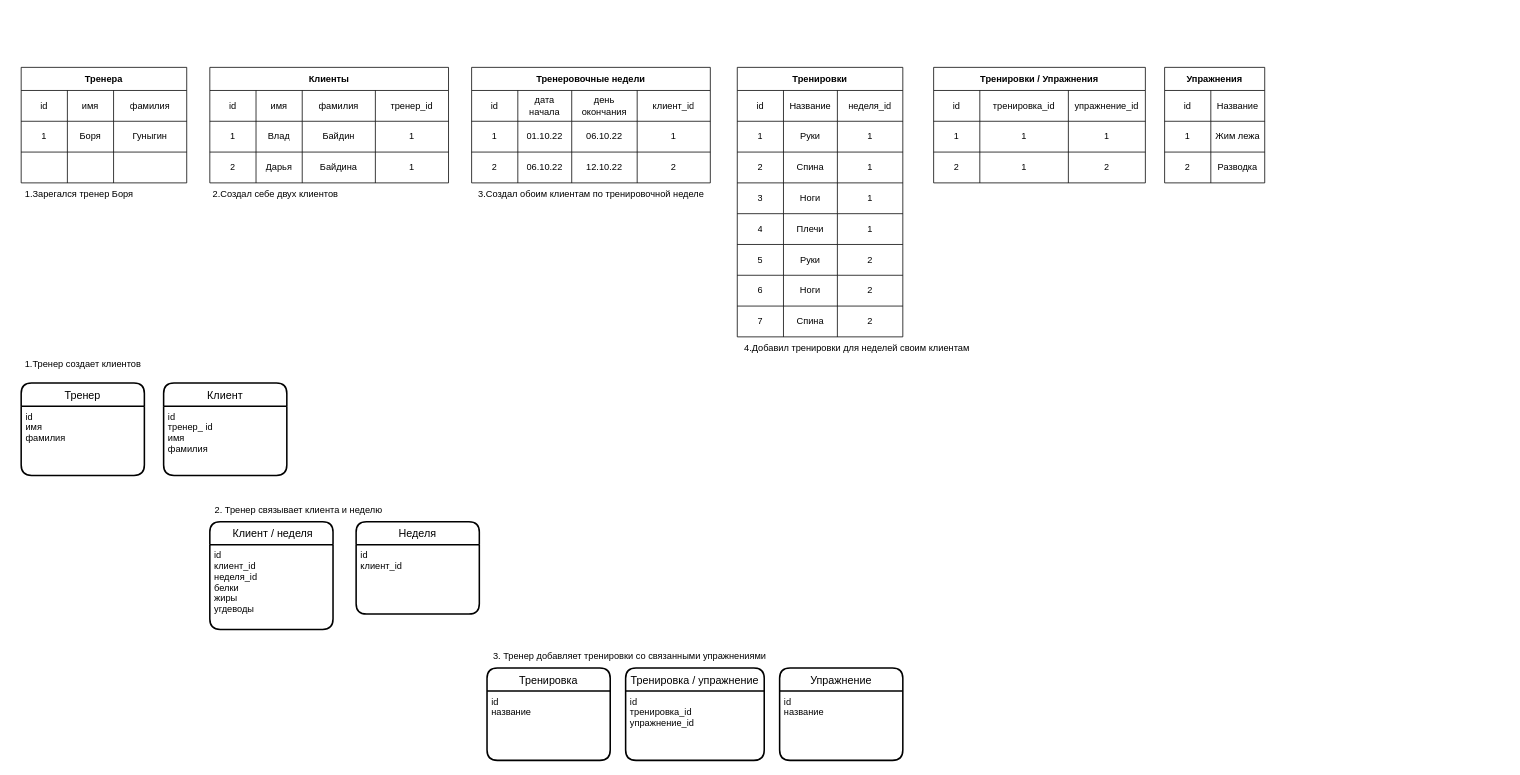
Before: Диаграмма без названия.drawio in baidinvladislav/cracking-interview, a draw.io diagram. Source tidied: cells renumbered, new cells numbered last; positions are measured from the earlier drawing's top-left corner, leaving out a move shared by most shapes. Both pictures are drawn from the tidied source at 77%, with x=0, y=0 at pixel (13, 67).
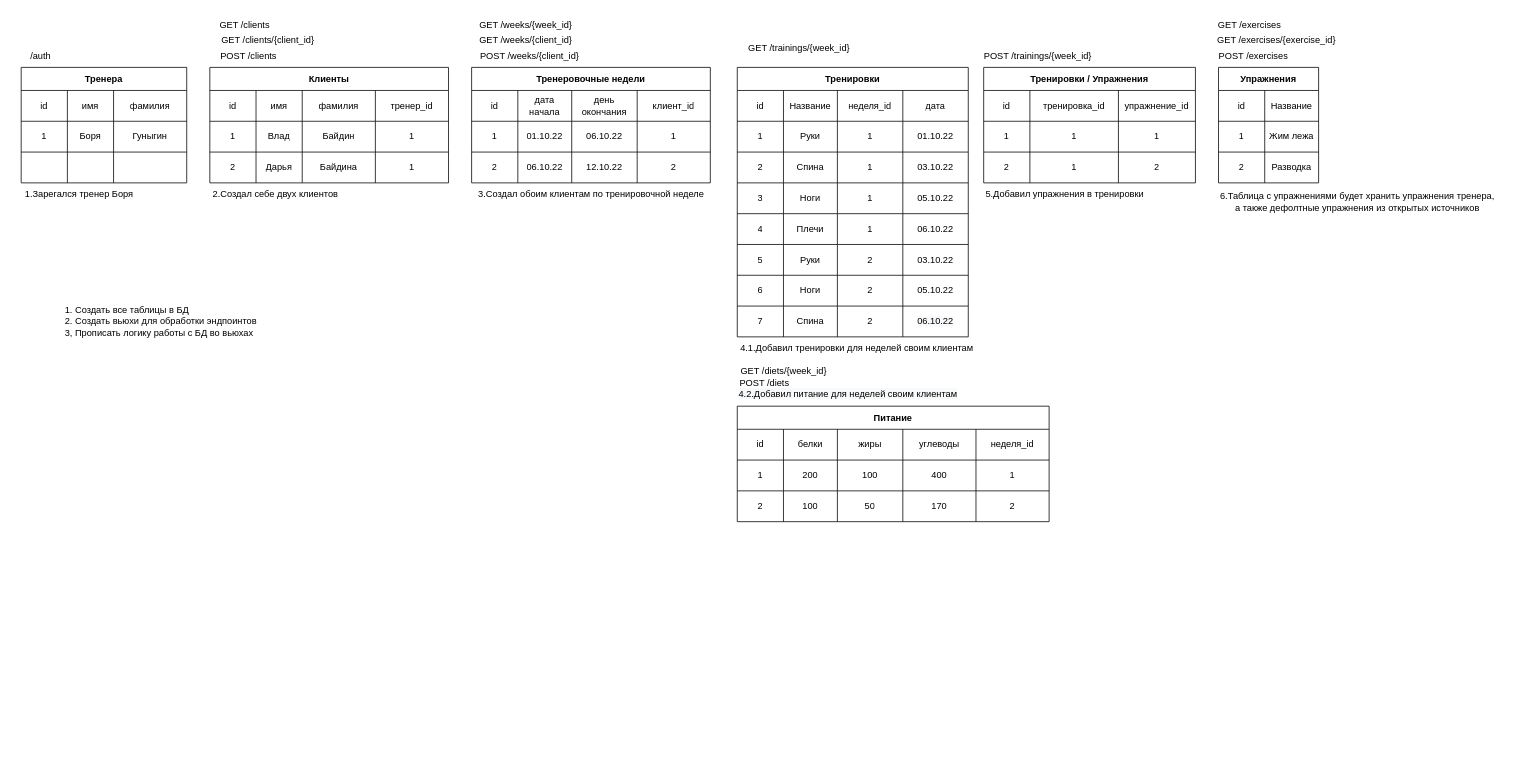
After the change.

The edit, as a diff of the source:
```diff
@@
-    <mxCell id="2" value="Тренер" style="swimlane;horizontal=1;startSize=30;rounded=1;fontSize=14;fontStyle=0;strokeWidth=2;shadow=0;dashed=0;align=center;" parent="1" vertex="1">
-      <mxGeometry x="10" y="410" width="160" height="120" as="geometry" />
-    </mxCell>
-    <mxCell id="3" value="id&#10;имя&#10;фамилия" style="align=left;strokeColor=none;fillColor=none;spacingLeft=4;fontSize=12;verticalAlign=top;" parent="2" vertex="1">
-      <mxGeometry y="30" width="160" height="90" as="geometry" />
-    </mxCell>
-    <mxCell id="4" value="Клиент" style="swimlane;horizontal=1;startSize=30;rounded=1;fontSize=14;fontStyle=0;strokeWidth=2;shadow=0;dashed=0;align=center;" parent="1" vertex="1">
-      <mxGeometry x="195" y="410" width="160" height="120" as="geometry" />
-    </mxCell>
-    <mxCell id="5" value="id&#10;тренер_ id&#10;имя&#10;фамилия&#10;" style="align=left;strokeColor=none;fillColor=none;spacingLeft=4;fontSize=12;verticalAlign=top;" parent="4" vertex="1">
-      <mxGeometry y="30" width="160" height="90" as="geometry" />
-    </mxCell>
-    <mxCell id="6" value="Неделя" style="swimlane;horizontal=1;startSize=30;rounded=1;fontSize=14;fontStyle=0;strokeWidth=2;shadow=0;dashed=0;align=center;" parent="1" vertex="1">
-      <mxGeometry x="445" y="590" width="160" height="120" as="geometry" />
-    </mxCell>
-    <mxCell id="7" value="id&#10;клиент_id&#10;&#10;" style="align=left;strokeColor=none;fillColor=none;spacingLeft=4;fontSize=12;verticalAlign=top;" parent="6" vertex="1">
-      <mxGeometry y="30" width="160" height="90" as="geometry" />
-    </mxCell>
-    <mxCell id="8" value=" Клиент / неделя" style="swimlane;horizontal=1;startSize=30;rounded=1;fontSize=14;fontStyle=0;strokeWidth=2;shadow=0;dashed=0;align=center;" parent="1" vertex="1">
-      <mxGeometry x="255" y="590" width="160" height="140" as="geometry" />
-    </mxCell>
-    <mxCell id="9" value="id&#10;клиент_id&#10;неделя_id&#10;белки&#10;жиры&#10;угдеводы" style="align=left;strokeColor=none;fillColor=none;spacingLeft=4;fontSize=12;verticalAlign=top;" parent="8" vertex="1">
-      <mxGeometry y="30" width="160" height="110" as="geometry" />
-    </mxCell>
-    <mxCell id="10" value="Тренировка" style="swimlane;horizontal=1;startSize=30;rounded=1;fontSize=14;fontStyle=0;strokeWidth=2;shadow=0;dashed=0;align=center;" parent="1" vertex="1">
-      <mxGeometry x="615" y="780" width="160" height="120" as="geometry" />
-    </mxCell>
-    <mxCell id="11" value="id&#10;название&#10;" style="align=left;strokeColor=none;fillColor=none;spacingLeft=4;fontSize=12;verticalAlign=top;" parent="10" vertex="1">
-      <mxGeometry y="30" width="160" height="90" as="geometry" />
-    </mxCell>
-    <mxCell id="12" value="1.Тренер создает клиентов" style="text;html=1;align=center;verticalAlign=middle;fillColor=none;strokeColor=none;rounded=0;" parent="1" vertex="1">
-      <mxGeometry y="370" width="180" height="30" as="geometry" />
-    </mxCell>
-    <mxCell id="13" value="2. Тренер связывает клиента и неделю" style="text;html=1;align=center;verticalAlign=middle;strokeColor=none;fillColor=none;" parent="1" vertex="1">
-      <mxGeometry x="245" y="560" width="250" height="30" as="geometry" />
-    </mxCell>
-    <mxCell id="14" value="3. Тренер добавляет тренировки со связанными упражнениями" style="text;html=1;align=center;verticalAlign=middle;strokeColor=none;fillColor=none;" parent="1" vertex="1">
-      <mxGeometry x="605" y="750" width="390" height="30" as="geometry" />
-    </mxCell>
-    <mxCell id="15" value="Тренировка / упражнение" style="swimlane;horizontal=1;startSize=30;rounded=1;fontSize=14;fontStyle=0;strokeWidth=2;shadow=0;dashed=0;align=center;" parent="1" vertex="1">
-      <mxGeometry x="795" y="780" width="180" height="120" as="geometry" />
-    </mxCell>
-    <mxCell id="16" value="id&#10;тренировка_id&#10;упражнение_id" style="align=left;strokeColor=none;fillColor=none;spacingLeft=4;fontSize=12;verticalAlign=top;" parent="15" vertex="1">
-      <mxGeometry y="30" width="180" height="90" as="geometry" />
-    </mxCell>
-    <mxCell id="17" value="Упражнение" style="swimlane;horizontal=1;startSize=30;rounded=1;fontSize=14;fontStyle=0;strokeWidth=2;shadow=0;dashed=0;align=center;" parent="1" vertex="1">
-      <mxGeometry x="995" y="780" width="160" height="120" as="geometry" />
-    </mxCell>
-    <mxCell id="18" value="id&#10;название&#10;" style="align=left;strokeColor=none;fillColor=none;spacingLeft=4;fontSize=12;verticalAlign=top;" parent="17" vertex="1">
-      <mxGeometry y="30" width="160" height="90" as="geometry" />
-    </mxCell>
@@
     <mxCell id="64" value="Тренировки" style="shape=table;startSize=30;childLayout=tableLayout;fontStyle=1;align=center;" parent="1" vertex="1">
-      <mxGeometry x="940" width="215" height="350" as="geometry" />
+      <mxGeometry x="940" width="300" height="350" as="geometry" />
     </mxCell>
     <mxCell id="65" style="shape=tableRow;horizontal=0;startSize=0;swimlaneHead=0;swimlaneBody=0;top=0;left=0;bottom=0;right=0;fillColor=none;" parent="64" vertex="1">
-      <mxGeometry y="30" width="215" height="40" as="geometry" />
+      <mxGeometry y="30" width="300" height="40" as="geometry" />
     </mxCell>
@@
+    <mxCell id="124" value="дата" style="shape=partialRectangle;html=1;whiteSpace=wrap;fillColor=none;top=0;left=0;bottom=0;right=0;overflow=hidden;" parent="65" vertex="1">
+      <mxGeometry x="215" width="85" height="40" as="geometry" />
+    </mxCell>
     <mxCell id="69" style="shape=tableRow;horizontal=0;startSize=0;swimlaneHead=0;swimlaneBody=0;top=0;left=0;bottom=0;right=0;fillColor=none;" parent="64" vertex="1">
-      <mxGeometry y="70" width="215" height="40" as="geometry" />
+      <mxGeometry y="70" width="300" height="40" as="geometry" />
     </mxCell>
@@
+    <mxCell id="125" value="01.10.22" style="shape=partialRectangle;html=1;whiteSpace=wrap;fillColor=none;top=0;left=0;bottom=0;right=0;overflow=hidden;" parent="69" vertex="1">
+      <mxGeometry x="215" width="85" height="40" as="geometry" />
+    </mxCell>
     <mxCell id="73" style="shape=tableRow;horizontal=0;startSize=0;swimlaneHead=0;swimlaneBody=0;top=0;left=0;bottom=0;right=0;fillColor=none;" parent="64" vertex="1">
-      <mxGeometry y="110" width="215" height="40" as="geometry" />
+      <mxGeometry y="110" width="300" height="40" as="geometry" />
     </mxCell>
@@
+    <mxCell id="126" value="03.10.22" style="shape=partialRectangle;html=1;whiteSpace=wrap;fillColor=none;top=0;left=0;bottom=0;right=0;overflow=hidden;" parent="73" vertex="1">
+      <mxGeometry x="215" width="85" height="40" as="geometry" />
+    </mxCell>
     <mxCell id="77" style="shape=tableRow;horizontal=0;startSize=0;swimlaneHead=0;swimlaneBody=0;top=0;left=0;bottom=0;right=0;fillColor=none;" parent="64" vertex="1">
-      <mxGeometry y="150" width="215" height="40" as="geometry" />
+      <mxGeometry y="150" width="300" height="40" as="geometry" />
     </mxCell>
@@
+    <mxCell id="127" value="05.10.22" style="shape=partialRectangle;html=1;whiteSpace=wrap;fillColor=none;top=0;left=0;bottom=0;right=0;overflow=hidden;" parent="77" vertex="1">
+      <mxGeometry x="215" width="85" height="40" as="geometry" />
+    </mxCell>
     <mxCell id="81" style="shape=tableRow;horizontal=0;startSize=0;swimlaneHead=0;swimlaneBody=0;top=0;left=0;bottom=0;right=0;fillColor=none;" parent="64" vertex="1">
-      <mxGeometry y="190" width="215" height="40" as="geometry" />
+      <mxGeometry y="190" width="300" height="40" as="geometry" />
     </mxCell>
@@
+    <mxCell id="128" value="06.10.22" style="shape=partialRectangle;html=1;whiteSpace=wrap;fillColor=none;top=0;left=0;bottom=0;right=0;overflow=hidden;" parent="81" vertex="1">
+      <mxGeometry x="215" width="85" height="40" as="geometry" />
+    </mxCell>
     <mxCell id="85" style="shape=tableRow;horizontal=0;startSize=0;swimlaneHead=0;swimlaneBody=0;top=0;left=0;bottom=0;right=0;fillColor=none;" parent="64" vertex="1">
-      <mxGeometry y="230" width="215" height="40" as="geometry" />
+      <mxGeometry y="230" width="300" height="40" as="geometry" />
     </mxCell>
@@
+    <mxCell id="129" value="03.10.22" style="shape=partialRectangle;html=1;whiteSpace=wrap;fillColor=none;top=0;left=0;bottom=0;right=0;overflow=hidden;" parent="85" vertex="1">
+      <mxGeometry x="215" width="85" height="40" as="geometry" />
+    </mxCell>
     <mxCell id="89" style="shape=tableRow;horizontal=0;startSize=0;swimlaneHead=0;swimlaneBody=0;top=0;left=0;bottom=0;right=0;fillColor=none;" parent="64" vertex="1">
-      <mxGeometry y="270" width="215" height="40" as="geometry" />
+      <mxGeometry y="270" width="300" height="40" as="geometry" />
     </mxCell>
@@
+    <mxCell id="130" value="05.10.22" style="shape=partialRectangle;html=1;whiteSpace=wrap;fillColor=none;top=0;left=0;bottom=0;right=0;overflow=hidden;" parent="89" vertex="1">
+      <mxGeometry x="215" width="85" height="40" as="geometry" />
+    </mxCell>
     <mxCell id="93" style="shape=tableRow;horizontal=0;startSize=0;swimlaneHead=0;swimlaneBody=0;top=0;left=0;bottom=0;right=0;fillColor=none;" parent="64" vertex="1">
-      <mxGeometry y="310" width="215" height="40" as="geometry" />
+      <mxGeometry y="310" width="300" height="40" as="geometry" />
     </mxCell>
@@
+    <mxCell id="131" value="&lt;span style=&quot;color: rgb(0, 0, 0); font-family: Helvetica; font-size: 12px; font-style: normal; font-variant-ligatures: normal; font-variant-caps: normal; font-weight: 400; letter-spacing: normal; orphans: 2; text-align: center; text-indent: 0px; text-transform: none; widows: 2; word-spacing: 0px; -webkit-text-stroke-width: 0px; background-color: rgb(248, 249, 250); text-decoration-thickness: initial; text-decoration-style: initial; text-decoration-color: initial; float: none; display: inline !important;&quot;&gt;06.10.22&lt;/span&gt;" style="shape=partialRectangle;html=1;whiteSpace=wrap;fillColor=none;top=0;left=0;bottom=0;right=0;overflow=hidden;" parent="93" vertex="1">
+      <mxGeometry x="215" width="85" height="40" as="geometry" />
+    </mxCell>
     <mxCell id="97" value="Тренировки / Упражнения" style="shape=table;startSize=30;childLayout=tableLayout;fontStyle=1;align=center;" parent="1" vertex="1">
-      <mxGeometry x="1195" width="275" height="150" as="geometry" />
+      <mxGeometry x="1260" width="275" height="150" as="geometry" />
     </mxCell>
@@
     <mxCell id="110" value="Упражнения" style="shape=table;startSize=30;childLayout=tableLayout;fontStyle=1;align=center;" parent="1" vertex="1">
-      <mxGeometry x="1495" width="130" height="150" as="geometry" />
+      <mxGeometry x="1565" width="130" height="150" as="geometry" />
     </mxCell>
@@
-    <mxCell id="123" value="4.Добавил тренировки для неделей своим клиентам" style="text;html=1;align=center;verticalAlign=middle;fillColor=none;strokeColor=none;rounded=0;" parent="1" vertex="1">
-      <mxGeometry x="935" y="350" width="320" height="30" as="geometry" />
+    <mxCell id="123" value="4.1.Добавил тренировки для неделей своим клиентам" style="text;html=1;align=center;verticalAlign=middle;fillColor=none;strokeColor=none;rounded=0;" parent="1" vertex="1">
+      <mxGeometry x="930" y="350" width="330" height="30" as="geometry" />
     </mxCell>
+    <mxCell id="132" value="5.Добавил упражнения в тренировки" style="text;html=1;align=center;verticalAlign=middle;fillColor=none;strokeColor=none;rounded=0;" parent="1" vertex="1">
+      <mxGeometry x="1250" y="150" width="230" height="30" as="geometry" />
+    </mxCell>
+    <mxCell id="133" value="6.Таблица с упражнениями будет хранить упражнения тренера, &lt;br&gt;а также дефолтные упражнения из открытых источников" style="text;html=1;align=center;verticalAlign=middle;fillColor=none;strokeColor=none;rounded=0;" parent="1" vertex="1">
+      <mxGeometry x="1550" y="155" width="390" height="40" as="geometry" />
+    </mxCell>
+    <mxCell id="134" value="/auth" style="text;html=1;align=center;verticalAlign=middle;fillColor=none;strokeColor=none;rounded=0;" parent="1" vertex="1">
+      <mxGeometry x="10" y="-30" width="50" height="30" as="geometry" />
+    </mxCell>
+    <mxCell id="135" value="GET /clients" style="text;html=1;align=center;verticalAlign=middle;fillColor=none;strokeColor=none;rounded=0;" parent="1" vertex="1">
+      <mxGeometry x="255" y="-70" width="90" height="30" as="geometry" />
+    </mxCell>
+    <mxCell id="136" value="POST /clients" style="text;html=1;align=center;verticalAlign=middle;fillColor=none;strokeColor=none;rounded=0;" parent="1" vertex="1">
+      <mxGeometry x="255" y="-30" width="100" height="30" as="geometry" />
+    </mxCell>
+    <mxCell id="137" value="GET /clients/{client_id}" style="text;html=1;align=center;verticalAlign=middle;fillColor=none;strokeColor=none;rounded=0;" parent="1" vertex="1">
+      <mxGeometry x="260" y="-50" width="140" height="30" as="geometry" />
+    </mxCell>
+    <mxCell id="138" value="POST /weeks/{client_id}" style="text;html=1;align=center;verticalAlign=middle;fillColor=none;strokeColor=none;rounded=0;" parent="1" vertex="1">
+      <mxGeometry x="595" y="-30" width="150" height="30" as="geometry" />
+    </mxCell>
+    <mxCell id="139" value="GET /weeks/{week_id}" style="text;html=1;align=center;verticalAlign=middle;fillColor=none;strokeColor=none;rounded=0;" parent="1" vertex="1">
+      <mxGeometry x="595" y="-70" width="140" height="30" as="geometry" />
+    </mxCell>
+    <mxCell id="140" value="GET /weeks/{client_id}" style="text;html=1;align=center;verticalAlign=middle;fillColor=none;strokeColor=none;rounded=0;" parent="1" vertex="1">
+      <mxGeometry x="595" y="-50" width="140" height="30" as="geometry" />
+    </mxCell>
+    <mxCell id="141" value="GET /trainings/{week_id}" style="text;html=1;align=center;verticalAlign=middle;fillColor=none;strokeColor=none;rounded=0;" parent="1" vertex="1">
+      <mxGeometry x="940" y="-40" width="160" height="30" as="geometry" />
+    </mxCell>
+    <mxCell id="142" value="POST /trainings/{week_id}" style="text;html=1;align=center;verticalAlign=middle;fillColor=none;strokeColor=none;rounded=0;" parent="1" vertex="1">
+      <mxGeometry x="1250" y="-30" width="160" height="30" as="geometry" />
+    </mxCell>
+    <mxCell id="143" value="GET /exercises/{exercise_id}" style="text;html=1;align=center;verticalAlign=middle;fillColor=none;strokeColor=none;rounded=0;" parent="1" vertex="1">
+      <mxGeometry x="1550" y="-50" width="180" height="30" as="geometry" />
+    </mxCell>
+    <mxCell id="144" value="POST /exercises" style="text;html=1;align=center;verticalAlign=middle;fillColor=none;strokeColor=none;rounded=0;" parent="1" vertex="1">
+      <mxGeometry x="1555" y="-30" width="110" height="30" as="geometry" />
+    </mxCell>
+    <mxCell id="145" value="GET /exercises" style="text;html=1;align=center;verticalAlign=middle;fillColor=none;strokeColor=none;rounded=0;" parent="1" vertex="1">
+      <mxGeometry x="1550" y="-70" width="110" height="30" as="geometry" />
+    </mxCell>
+    <mxCell id="146" value="Питание" style="shape=table;startSize=30;childLayout=tableLayout;fontStyle=1;align=center;" parent="1" vertex="1">
+      <mxGeometry x="940" y="440" width="405" height="150" as="geometry" />
+    </mxCell>
+    <mxCell id="147" style="shape=tableRow;horizontal=0;startSize=0;swimlaneHead=0;swimlaneBody=0;top=0;left=0;bottom=0;right=0;fillColor=none;" parent="146" vertex="1">
+      <mxGeometry y="30" width="405" height="40" as="geometry" />
+    </mxCell>
+    <mxCell id="148" value="id" style="shape=partialRectangle;html=1;whiteSpace=wrap;fillColor=none;top=0;left=0;bottom=0;right=0;overflow=hidden;" parent="147" vertex="1">
+      <mxGeometry width="60" height="40" as="geometry" />
+    </mxCell>
+    <mxCell id="149" value="белки" style="shape=partialRectangle;html=1;whiteSpace=wrap;fillColor=none;top=0;left=0;bottom=0;right=0;overflow=hidden;" parent="147" vertex="1">
+      <mxGeometry x="60" width="70" height="40" as="geometry" />
+    </mxCell>
+    <mxCell id="150" value="жиры" style="shape=partialRectangle;html=1;whiteSpace=wrap;fillColor=none;top=0;left=0;bottom=0;right=0;overflow=hidden;" parent="147" vertex="1">
+      <mxGeometry x="130" width="85" height="40" as="geometry" />
+    </mxCell>
+    <mxCell id="151" value="углеводы" style="shape=partialRectangle;html=1;whiteSpace=wrap;fillColor=none;top=0;left=0;bottom=0;right=0;overflow=hidden;" parent="147" vertex="1">
+      <mxGeometry x="215" width="95" height="40" as="geometry" />
+    </mxCell>
+    <mxCell id="152" value="неделя_id" style="shape=partialRectangle;html=1;whiteSpace=wrap;fillColor=none;top=0;left=0;bottom=0;right=0;overflow=hidden;" parent="147" vertex="1">
+      <mxGeometry x="310" width="95" height="40" as="geometry" />
+    </mxCell>
+    <mxCell id="153" style="shape=tableRow;horizontal=0;startSize=0;swimlaneHead=0;swimlaneBody=0;top=0;left=0;bottom=0;right=0;fillColor=none;" parent="146" vertex="1">
+      <mxGeometry y="70" width="405" height="40" as="geometry" />
+    </mxCell>
+    <mxCell id="154" value="1" style="shape=partialRectangle;html=1;whiteSpace=wrap;fillColor=none;top=0;left=0;bottom=0;right=0;overflow=hidden;" parent="153" vertex="1">
+      <mxGeometry width="60" height="40" as="geometry" />
+    </mxCell>
+    <mxCell id="155" value="200" style="shape=partialRectangle;html=1;whiteSpace=wrap;fillColor=none;top=0;left=0;bottom=0;right=0;overflow=hidden;" parent="153" vertex="1">
+      <mxGeometry x="60" width="70" height="40" as="geometry" />
+    </mxCell>
+    <mxCell id="156" value="100" style="shape=partialRectangle;html=1;whiteSpace=wrap;fillColor=none;top=0;left=0;bottom=0;right=0;overflow=hidden;" parent="153" vertex="1">
+      <mxGeometry x="130" width="85" height="40" as="geometry" />
+    </mxCell>
+    <mxCell id="157" value="400" style="shape=partialRectangle;html=1;whiteSpace=wrap;fillColor=none;top=0;left=0;bottom=0;right=0;overflow=hidden;" parent="153" vertex="1">
+      <mxGeometry x="215" width="95" height="40" as="geometry" />
+    </mxCell>
+    <mxCell id="158" value="1" style="shape=partialRectangle;html=1;whiteSpace=wrap;fillColor=none;top=0;left=0;bottom=0;right=0;overflow=hidden;" parent="153" vertex="1">
+      <mxGeometry x="310" width="95" height="40" as="geometry" />
+    </mxCell>
+    <mxCell id="159" style="shape=tableRow;horizontal=0;startSize=0;swimlaneHead=0;swimlaneBody=0;top=0;left=0;bottom=0;right=0;fillColor=none;" parent="146" vertex="1">
+      <mxGeometry y="110" width="405" height="40" as="geometry" />
+    </mxCell>
+    <mxCell id="160" value="2" style="shape=partialRectangle;html=1;whiteSpace=wrap;fillColor=none;top=0;left=0;bottom=0;right=0;overflow=hidden;" parent="159" vertex="1">
+      <mxGeometry width="60" height="40" as="geometry" />
+    </mxCell>
+    <mxCell id="161" value="100" style="shape=partialRectangle;html=1;whiteSpace=wrap;fillColor=none;top=0;left=0;bottom=0;right=0;overflow=hidden;" parent="159" vertex="1">
+      <mxGeometry x="60" width="70" height="40" as="geometry" />
+    </mxCell>
+    <mxCell id="162" value="50" style="shape=partialRectangle;html=1;whiteSpace=wrap;fillColor=none;top=0;left=0;bottom=0;right=0;overflow=hidden;" parent="159" vertex="1">
+      <mxGeometry x="130" width="85" height="40" as="geometry" />
+    </mxCell>
+    <mxCell id="163" value="170" style="shape=partialRectangle;html=1;whiteSpace=wrap;fillColor=none;top=0;left=0;bottom=0;right=0;overflow=hidden;" parent="159" vertex="1">
+      <mxGeometry x="215" width="95" height="40" as="geometry" />
+    </mxCell>
+    <mxCell id="164" value="2" style="shape=partialRectangle;html=1;whiteSpace=wrap;fillColor=none;top=0;left=0;bottom=0;right=0;overflow=hidden;" parent="159" vertex="1">
+      <mxGeometry x="310" width="95" height="40" as="geometry" />
+    </mxCell>
+    <mxCell id="165" value="&lt;span style=&quot;color: rgb(0, 0, 0); font-family: Helvetica; font-size: 12px; font-style: normal; font-variant-ligatures: normal; font-variant-caps: normal; font-weight: 400; letter-spacing: normal; orphans: 2; text-align: center; text-indent: 0px; text-transform: none; widows: 2; word-spacing: 0px; -webkit-text-stroke-width: 0px; background-color: rgb(248, 249, 250); text-decoration-thickness: initial; text-decoration-style: initial; text-decoration-color: initial; float: none; display: inline !important;&quot;&gt;4.2.Добавил питание для неделей своим клиентам&lt;/span&gt;" style="text;whiteSpace=wrap;html=1;" parent="1" vertex="1">
+      <mxGeometry x="940" y="410" width="340" height="40" as="geometry" />
+    </mxCell>
+    <mxCell id="166" value="GET /diets/{week_id}" style="text;html=1;align=center;verticalAlign=middle;fillColor=none;strokeColor=none;rounded=0;" parent="1" vertex="1">
+      <mxGeometry x="930" y="380" width="140" height="30" as="geometry" />
+    </mxCell>
+    <mxCell id="167" value="POST /diets" style="text;html=1;align=center;verticalAlign=middle;fillColor=none;strokeColor=none;rounded=0;" parent="1" vertex="1">
+      <mxGeometry x="930" y="395" width="90" height="30" as="geometry" />
+    </mxCell>
+    <mxCell id="168" value="1. Создать все таблицы в БД&lt;br&gt;2. Создать вьюхи для обработки эндпоинтов&lt;br&gt;3, Прописать логику работы с БД во вьюхах" style="text;html=1;align=left;verticalAlign=middle;fillColor=none;strokeColor=none;rounded=0;" parent="1" vertex="1">
+      <mxGeometry x="65" y="300" width="280" height="60" as="geometry" />
+    </mxCell>
```
